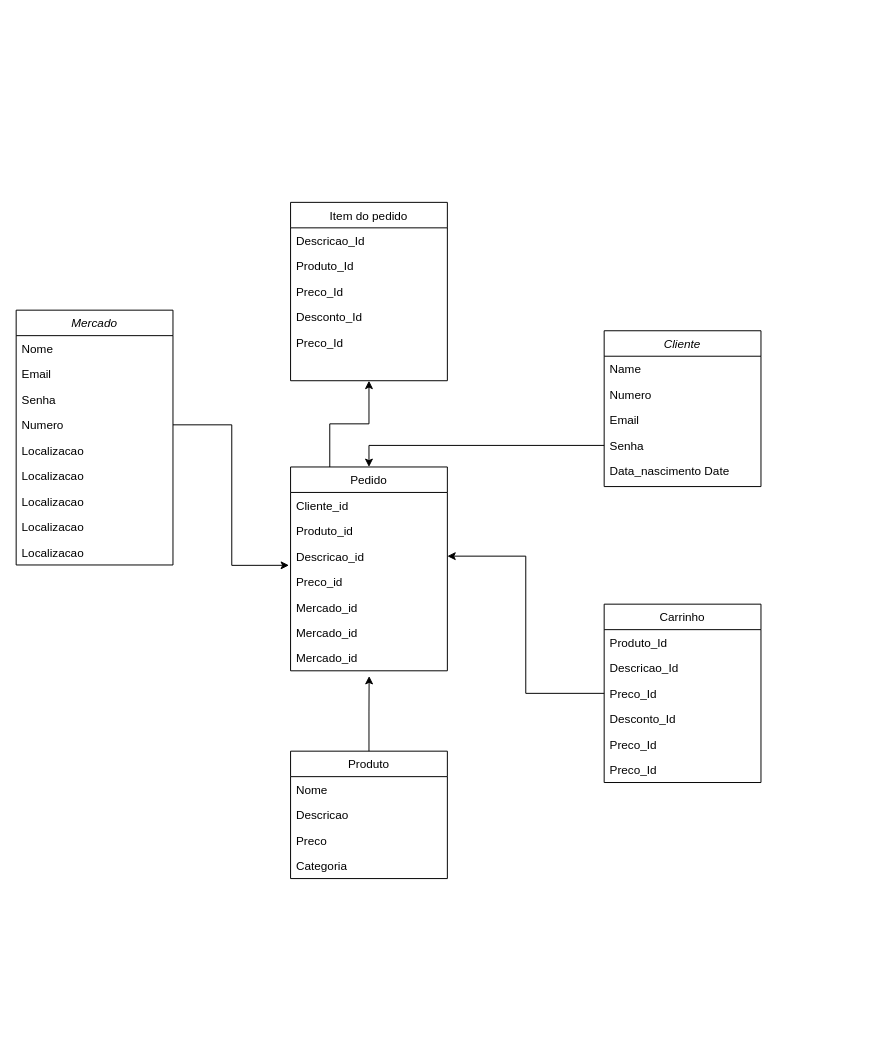
Earlier version of the draw.io diagram Pi5.drawio (GustavoSsampaio/Pi_Baratin). Source tidied: cells renumbered, new cells numbered last; positions are measured from the earlier drawing's top-left corner, leaving out a move shared by most shapes. Both pictures are drawn from the tidied source at 98%, with x=0, y=0 at pixel (16, 202).
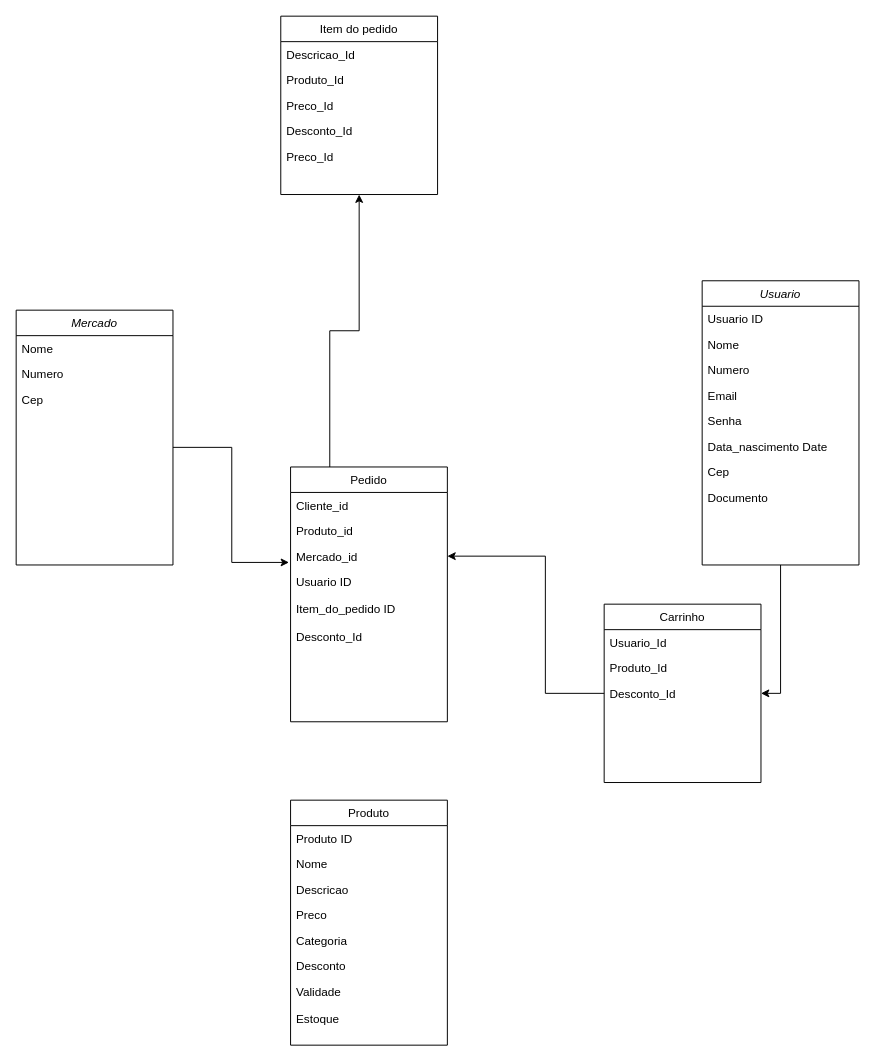
Above is the later version.

Unchanged cells that the change refers to:
```xml
<mxCell id="17" value="Carrinho" style="swimlane;fontStyle=0;align=center;verticalAlign=top;horizontal=1;startSize=26;rounded=0;shadow=0;strokeWidth=1;" parent="1" vertex="1">
  <mxGeometry x="600" y="410" width="160" height="182" as="geometry" />
</mxCell>
<mxCell id="29" value="Mercado" style="swimlane;fontStyle=2;align=center;verticalAlign=top;horizontal=1;startSize=26;rounded=0;shadow=0;strokeWidth=1;" parent="1" vertex="1">
  <mxGeometry y="110" width="160" height="260" as="geometry" />
</mxCell>
```

The edit, as a diff of the source:
```diff
@@
+    <mxCell id="49" style="edgeStyle=orthogonalEdgeStyle;rounded=0;jettySize=auto;html=1;exitX=0.5;exitY=1;exitDx=0;exitDy=0;entryX=1;entryY=0.5;entryDx=0;entryDy=0;" parent="1" edge="1" source="2" target="17">
+      <mxGeometry relative="1" as="geometry" />
+    </mxCell>
-    <mxCell id="2" value="Cliente" style="swimlane;fontStyle=2;align=center;verticalAlign=top;horizontal=1;startSize=26;rounded=0;shadow=0;strokeWidth=1;" parent="1" vertex="1">
-      <mxGeometry x="600" y="131" width="160" height="159" as="geometry" />
+    <mxCell id="2" value="Usuario" style="swimlane;fontStyle=2;align=center;verticalAlign=top;horizontal=1;startSize=26;rounded=0;shadow=0;strokeWidth=1;" parent="1" vertex="1">
+      <mxGeometry x="700" y="80" width="160" height="290" as="geometry" />
     </mxCell>
+    <mxCell id="50" value="Usuario ID" style="text;align=left;verticalAlign=top;spacingLeft=4;spacingRight=4;overflow=hidden;" parent="2" vertex="1">
+      <mxGeometry y="26" width="160" height="26" as="geometry" />
+    </mxCell>
-    <mxCell id="3" value="Name" style="text;align=left;verticalAlign=top;spacingLeft=4;spacingRight=4;overflow=hidden;" parent="2" vertex="1">
-      <mxGeometry y="26" width="160" height="26" as="geometry" />
+    <mxCell id="3" value="Nome" style="text;align=left;verticalAlign=top;spacingLeft=4;spacingRight=4;overflow=hidden;" parent="2" vertex="1">
+      <mxGeometry y="52" width="160" height="26" as="geometry" />
     </mxCell>
     <mxCell id="4" value="Numero" style="text;align=left;verticalAlign=top;spacingLeft=4;spacingRight=4;overflow=hidden;rounded=0;shadow=0;html=0;" parent="2" vertex="1">
-      <mxGeometry y="52" width="160" height="26" as="geometry" />
+      <mxGeometry y="78" width="160" height="26" as="geometry" />
     </mxCell>
     <mxCell id="5" value="Email" style="text;align=left;verticalAlign=top;spacingLeft=4;spacingRight=4;overflow=hidden;rounded=0;shadow=0;html=0;" parent="2" vertex="1">
-      <mxGeometry y="78" width="160" height="26" as="geometry" />
+      <mxGeometry y="104" width="160" height="26" as="geometry" />
     </mxCell>
     <mxCell id="6" value="Senha" style="text;align=left;verticalAlign=top;spacingLeft=4;spacingRight=4;overflow=hidden;points=[[0,0.5],[1,0.5]];portConstraint=eastwest;" parent="2" vertex="1">
-      <mxGeometry y="104" width="160" height="26" as="geometry" />
+      <mxGeometry y="130" width="160" height="26" as="geometry" />
     </mxCell>
     <mxCell id="7" value="Data_nascimento Date" style="text;align=left;verticalAlign=top;spacingLeft=4;spacingRight=4;overflow=hidden;" parent="2" vertex="1">
-      <mxGeometry y="130" width="160" height="26" as="geometry" />
+      <mxGeometry y="156" width="160" height="26" as="geometry" />
     </mxCell>
+    <mxCell id="51" value="Cep" style="text;align=left;verticalAlign=top;spacingLeft=4;spacingRight=4;overflow=hidden;" parent="2" vertex="1">
+      <mxGeometry y="182" width="160" height="26" as="geometry" />
+    </mxCell>
+    <mxCell id="52" value="Documento" style="text;align=left;verticalAlign=top;spacingLeft=4;spacingRight=4;overflow=hidden;" parent="2" vertex="1">
+      <mxGeometry y="208" width="160" height="26" as="geometry" />
+    </mxCell>
@@
     <mxCell id="9" value="Pedido" style="swimlane;fontStyle=0;align=center;verticalAlign=top;horizontal=1;startSize=26;rounded=0;shadow=0;strokeWidth=1;" parent="1" vertex="1">
-      <mxGeometry x="280" y="270" width="160" height="208" as="geometry" />
+      <mxGeometry x="280" y="270" width="160" height="260" as="geometry" />
     </mxCell>
@@
-    <mxCell id="12" value="Descricao_id" style="text;align=left;verticalAlign=top;spacingLeft=4;spacingRight=4;overflow=hidden;points=[[0,0.5],[1,0.5]];portConstraint=eastwest;" parent="9" vertex="1">
-      <mxGeometry y="78" width="160" height="26" as="geometry" />
-    </mxCell>
-    <mxCell id="13" value="Preco_id" style="text;align=left;verticalAlign=top;spacingLeft=4;spacingRight=4;overflow=hidden;points=[[0,0.5],[1,0.5]];portConstraint=eastwest;" parent="9" vertex="1">
-      <mxGeometry y="104" width="160" height="26" as="geometry" />
-    </mxCell>
     <mxCell id="14" value="Mercado_id" style="text;align=left;verticalAlign=top;spacingLeft=4;spacingRight=4;overflow=hidden;" parent="9" vertex="1">
-      <mxGeometry y="130" width="160" height="26" as="geometry" />
+      <mxGeometry y="78" width="160" height="26" as="geometry" />
     </mxCell>
-    <mxCell id="15" value="Mercado_id" style="text;align=left;verticalAlign=top;spacingLeft=4;spacingRight=4;overflow=hidden;" parent="9" vertex="1">
-      <mxGeometry y="156" width="160" height="26" as="geometry" />
-    </mxCell>
+    <mxCell id="53" value="Usuario ID" style="text;align=left;verticalAlign=top;spacingLeft=4;spacingRight=4;overflow=hidden;" parent="9" vertex="1">
+      <mxGeometry y="104" width="160" height="28" as="geometry" />
+    </mxCell>
-    <mxCell id="16" value="Mercado_id" style="text;align=left;verticalAlign=top;spacingLeft=4;spacingRight=4;overflow=hidden;points=[[0,0.5],[1,0.5]];portConstraint=eastwest;" parent="9" vertex="1">
-      <mxGeometry y="182" width="160" height="26" as="geometry" />
+    <mxCell id="16" value="Item_do_pedido ID" style="text;align=left;verticalAlign=top;spacingLeft=4;spacingRight=4;overflow=hidden;points=[[0,0.5],[1,0.5]];portConstraint=eastwest;" parent="9" vertex="1">
+      <mxGeometry y="132" width="160" height="28" as="geometry" />
     </mxCell>
+    <mxCell id="54" value="Desconto_Id" style="text;align=left;verticalAlign=top;spacingLeft=4;spacingRight=4;overflow=hidden;" parent="9" vertex="1">
+      <mxGeometry y="160" width="160" height="26" as="geometry" />
+    </mxCell>
@@
+    <mxCell id="55" value="Usuario_Id" style="text;align=left;verticalAlign=top;spacingLeft=4;spacingRight=4;overflow=hidden;" parent="17" vertex="1">
+      <mxGeometry y="26" width="160" height="26" as="geometry" />
+    </mxCell>
     <mxCell id="18" value="Produto_Id" style="text;align=left;verticalAlign=top;spacingLeft=4;spacingRight=4;overflow=hidden;" parent="17" vertex="1">
-      <mxGeometry y="26" width="160" height="26" as="geometry" />
+      <mxGeometry y="52" width="160" height="26" as="geometry" />
     </mxCell>
-    <mxCell id="19" value="Descricao_Id" style="text;align=left;verticalAlign=top;spacingLeft=4;spacingRight=4;overflow=hidden;" parent="17" vertex="1">
-      <mxGeometry y="52" width="160" height="26" as="geometry" />
-    </mxCell>
-    <mxCell id="20" value="Preco_Id" style="text;align=left;verticalAlign=top;spacingLeft=4;spacingRight=4;overflow=hidden;points=[[0,0.5],[1,0.5]];portConstraint=eastwest;" parent="17" vertex="1">
-      <mxGeometry y="78" width="160" height="26" as="geometry" />
-    </mxCell>
     <mxCell id="21" value="Desconto_Id" style="text;align=left;verticalAlign=top;spacingLeft=4;spacingRight=4;overflow=hidden;" parent="17" vertex="1">
-      <mxGeometry y="104" width="160" height="26" as="geometry" />
+      <mxGeometry y="78" width="160" height="26" as="geometry" />
     </mxCell>
-    <mxCell id="22" value="Preco_Id" style="text;align=left;verticalAlign=top;spacingLeft=4;spacingRight=4;overflow=hidden;" parent="17" vertex="1">
-      <mxGeometry y="130" width="160" height="26" as="geometry" />
-    </mxCell>
-    <mxCell id="23" value="Preco_Id" style="text;align=left;verticalAlign=top;spacingLeft=4;spacingRight=4;overflow=hidden;" parent="17" vertex="1">
-      <mxGeometry y="156" width="160" height="26" as="geometry" />
-    </mxCell>
     <mxCell id="24" value="Produto" style="swimlane;fontStyle=0;align=center;verticalAlign=top;horizontal=1;startSize=26;rounded=0;shadow=0;strokeWidth=1;" parent="1" vertex="1">
-      <mxGeometry x="280" y="560" width="160" height="130" as="geometry" />
+      <mxGeometry x="280" y="610" width="160" height="250" as="geometry" />
     </mxCell>
-    <mxCell id="25" value="Nome" style="text;align=left;verticalAlign=top;spacingLeft=4;spacingRight=4;overflow=hidden;" parent="24" vertex="1">
+    <mxCell id="25" value="Produto ID" style="text;align=left;verticalAlign=top;spacingLeft=4;spacingRight=4;overflow=hidden;" parent="24" vertex="1">
       <mxGeometry y="26" width="160" height="26" as="geometry" />
     </mxCell>
+    <mxCell id="56" value="Nome" style="text;align=left;verticalAlign=top;spacingLeft=4;spacingRight=4;overflow=hidden;" parent="24" vertex="1">
+      <mxGeometry y="52" width="160" height="26" as="geometry" />
+    </mxCell>
     <mxCell id="26" value="Descricao" style="text;align=left;verticalAlign=top;spacingLeft=4;spacingRight=4;overflow=hidden;" parent="24" vertex="1">
-      <mxGeometry y="52" width="160" height="26" as="geometry" />
+      <mxGeometry y="78" width="160" height="26" as="geometry" />
     </mxCell>
     <mxCell id="27" value="Preco" style="text;align=left;verticalAlign=top;spacingLeft=4;spacingRight=4;overflow=hidden;" parent="24" vertex="1">
-      <mxGeometry y="78" width="160" height="26" as="geometry" />
+      <mxGeometry y="104" width="160" height="26" as="geometry" />
     </mxCell>
     <mxCell id="28" value="Categoria" style="text;align=left;verticalAlign=top;spacingLeft=4;spacingRight=4;overflow=hidden;" parent="24" vertex="1">
-      <mxGeometry y="104" width="160" height="26" as="geometry" />
+      <mxGeometry y="130" width="160" height="26" as="geometry" />
     </mxCell>
+    <mxCell id="57" value="Desconto" style="text;align=left;verticalAlign=top;spacingLeft=4;spacingRight=4;overflow=hidden;" parent="24" vertex="1">
+      <mxGeometry y="156" width="160" height="26" as="geometry" />
+    </mxCell>
+    <mxCell id="58" value="Validade" style="text;align=left;verticalAlign=top;spacingLeft=4;spacingRight=4;overflow=hidden;" parent="24" vertex="1">
+      <mxGeometry y="182" width="160" height="28" as="geometry" />
+    </mxCell>
+    <mxCell id="59" value="Estoque" style="text;align=left;verticalAlign=top;spacingLeft=4;spacingRight=4;overflow=hidden;" parent="24" vertex="1">
+      <mxGeometry y="210" width="160" height="28" as="geometry" />
+    </mxCell>
@@
-    <mxCell id="31" value="Email" style="text;align=left;verticalAlign=top;spacingLeft=4;spacingRight=4;overflow=hidden;rounded=0;shadow=0;html=0;" parent="29" vertex="1">
-      <mxGeometry y="52" width="160" height="26" as="geometry" />
-    </mxCell>
-    <mxCell id="32" value="Senha" style="text;align=left;verticalAlign=top;spacingLeft=4;spacingRight=4;overflow=hidden;rounded=0;shadow=0;html=0;" parent="29" vertex="1">
-      <mxGeometry y="78" width="160" height="26" as="geometry" />
-    </mxCell>
     <mxCell id="33" value="Numero" style="text;align=left;verticalAlign=top;spacingLeft=4;spacingRight=4;overflow=hidden;points=[[0,0.5],[1,0.5]];portConstraint=eastwest;" parent="29" vertex="1">
-      <mxGeometry y="104" width="160" height="26" as="geometry" />
+      <mxGeometry y="52" width="160" height="26" as="geometry" />
     </mxCell>
-    <mxCell id="34" value="Localizacao" style="text;align=left;verticalAlign=top;spacingLeft=4;spacingRight=4;overflow=hidden;" parent="29" vertex="1">
-      <mxGeometry y="130" width="160" height="26" as="geometry" />
+    <mxCell id="34" value="Cep" style="text;align=left;verticalAlign=top;spacingLeft=4;spacingRight=4;overflow=hidden;" parent="29" vertex="1">
+      <mxGeometry y="78" width="160" height="26" as="geometry" />
     </mxCell>
-    <mxCell id="35" value="Localizacao" style="text;align=left;verticalAlign=top;spacingLeft=4;spacingRight=4;overflow=hidden;" parent="29" vertex="1">
-      <mxGeometry y="156" width="160" height="26" as="geometry" />
-    </mxCell>
-    <mxCell id="36" value="Localizacao" style="text;align=left;verticalAlign=top;spacingLeft=4;spacingRight=4;overflow=hidden;" parent="29" vertex="1">
-      <mxGeometry y="182" width="160" height="26" as="geometry" />
-    </mxCell>
-    <mxCell id="37" value="Localizacao" style="text;align=left;verticalAlign=top;spacingLeft=4;spacingRight=4;overflow=hidden;" parent="29" vertex="1">
-      <mxGeometry y="208" width="160" height="26" as="geometry" />
-    </mxCell>
-    <mxCell id="38" value="Localizacao" style="text;align=left;verticalAlign=top;spacingLeft=4;spacingRight=4;overflow=hidden;" parent="29" vertex="1">
-      <mxGeometry y="234" width="160" height="26" as="geometry" />
-    </mxCell>
     <mxCell id="39" value="Item do pedido" style="swimlane;fontStyle=0;align=center;verticalAlign=top;horizontal=1;startSize=26;rounded=0;shadow=0;strokeWidth=1;" parent="1" vertex="1">
-      <mxGeometry x="280" width="160" height="182" as="geometry" />
+      <mxGeometry x="270" y="-190" width="160" height="182" as="geometry" />
     </mxCell>
@@
-    <mxCell id="45" style="edgeStyle=orthogonalEdgeStyle;rounded=0;jettySize=auto;html=1;exitX=0;exitY=0.5;exitDx=0;exitDy=0;entryX=0.5;entryY=0;entryDx=0;entryDy=0;" parent="1" edge="1" source="6" target="9">
-      <mxGeometry relative="1" as="geometry" />
-    </mxCell>
-    <mxCell id="46" style="edgeStyle=orthogonalEdgeStyle;rounded=0;jettySize=auto;html=1;exitX=0;exitY=0.5;exitDx=0;exitDy=0;entryX=1;entryY=0.5;entryDx=0;entryDy=0;" parent="1" edge="1" source="20" target="12">
-      <mxGeometry relative="1" as="geometry" />
+    <mxCell id="46" style="edgeStyle=orthogonalEdgeStyle;rounded=0;orthogonalLoop=1;jettySize=auto;html=1;exitX=0;exitY=0.5;exitDx=0;exitDy=0;entryX=1;entryY=0.5;entryDx=0;entryDy=0;" parent="1" edge="1">
+      <mxGeometry relative="1" as="geometry">
+        <mxPoint x="600" y="501" as="sourcePoint" />
+        <mxPoint x="440" y="361" as="targetPoint" />
+        <Array as="points">
+          <mxPoint x="540" y="501" />
+          <mxPoint x="540" y="361" />
+        </Array>
+      </mxGeometry>
     </mxCell>
-    <mxCell id="47" style="edgeStyle=orthogonalEdgeStyle;rounded=0;jettySize=auto;html=1;exitX=1;exitY=0.5;exitDx=0;exitDy=0;entryX=-0.01;entryY=-0.14;entryDx=0;entryDy=0;entryPerimeter=0;" parent="1" edge="1" source="33" target="13">
-      <mxGeometry relative="1" as="geometry" />
+    <mxCell id="47" style="edgeStyle=orthogonalEdgeStyle;rounded=0;orthogonalLoop=1;jettySize=auto;html=1;exitX=1;exitY=0.5;exitDx=0;exitDy=0;entryX=-0.01;entryY=-0.14;entryDx=0;entryDy=0;entryPerimeter=0;" parent="1" edge="1">
+      <mxGeometry relative="1" as="geometry">
+        <mxPoint x="160" y="250" as="sourcePoint" />
+        <mxPoint x="278.4" y="367.4" as="targetPoint" />
+        <Array as="points">
+          <mxPoint x="220" y="250" />
+          <mxPoint x="220" y="367" />
+        </Array>
+      </mxGeometry>
     </mxCell>
-    <mxCell id="48" style="edgeStyle=orthogonalEdgeStyle;rounded=0;jettySize=auto;html=1;exitX=0.5;exitY=0;exitDx=0;exitDy=0;entryX=0.501;entryY=1.205;entryDx=0;entryDy=0;entryPerimeter=0;" parent="1" edge="1" source="24" target="16">
-      <mxGeometry relative="1" as="geometry">
-        <Array as="points">
-          <mxPoint x="360" y="520" />
-          <mxPoint x="360" y="520" />
-        </Array>
-      </mxGeometry>
-    </mxCell>
```
